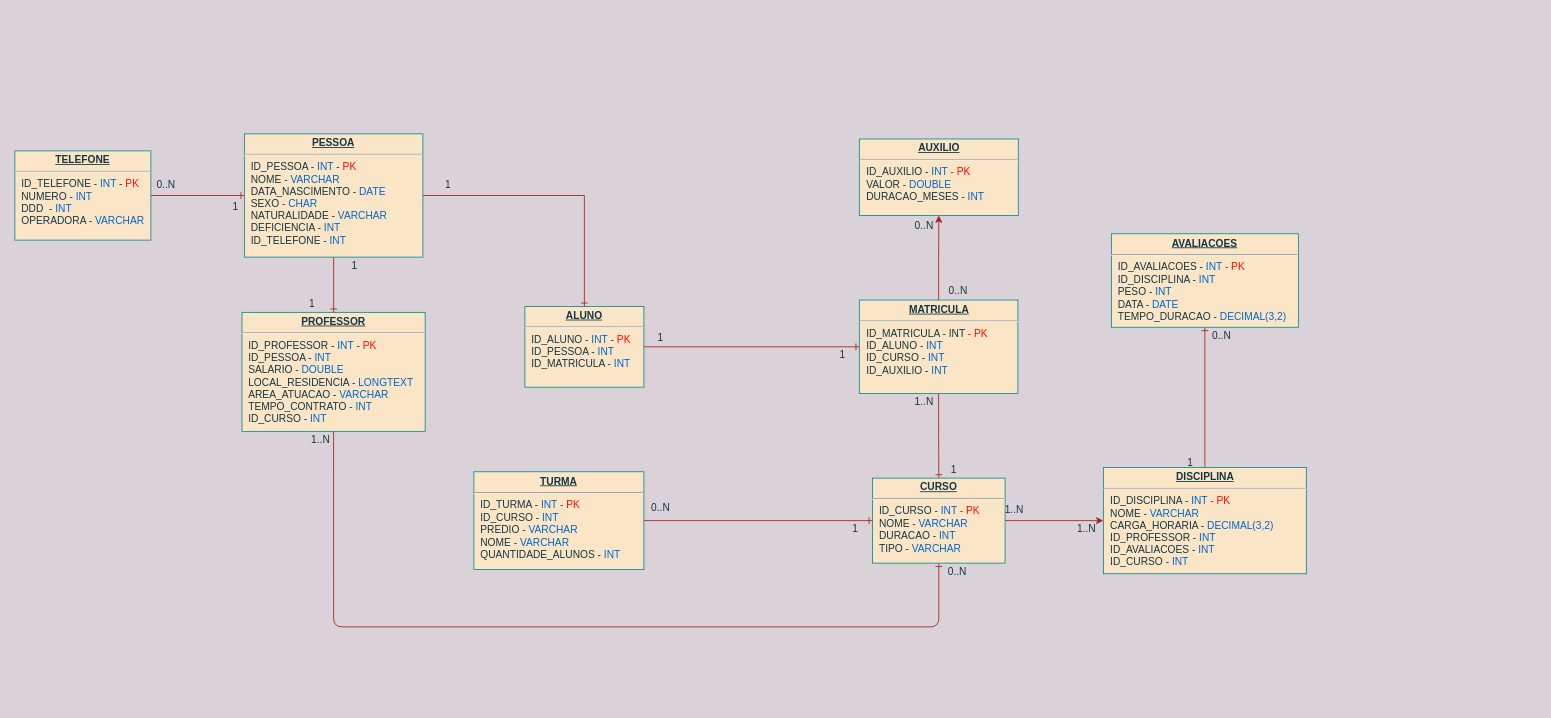
maxbarboz/modelagemUniversidade keeps this draw.io diagram as modelagemUniversidade.drawio. Above is the earlier version. Source tidied: cells renumbered, new cells numbered last; positions are measured from the earlier drawing's top-left corner, leaving out a move shared by most shapes. Both pictures are drawn from the tidied source at 85%, with x=0, y=0 at pixel (14, 133).
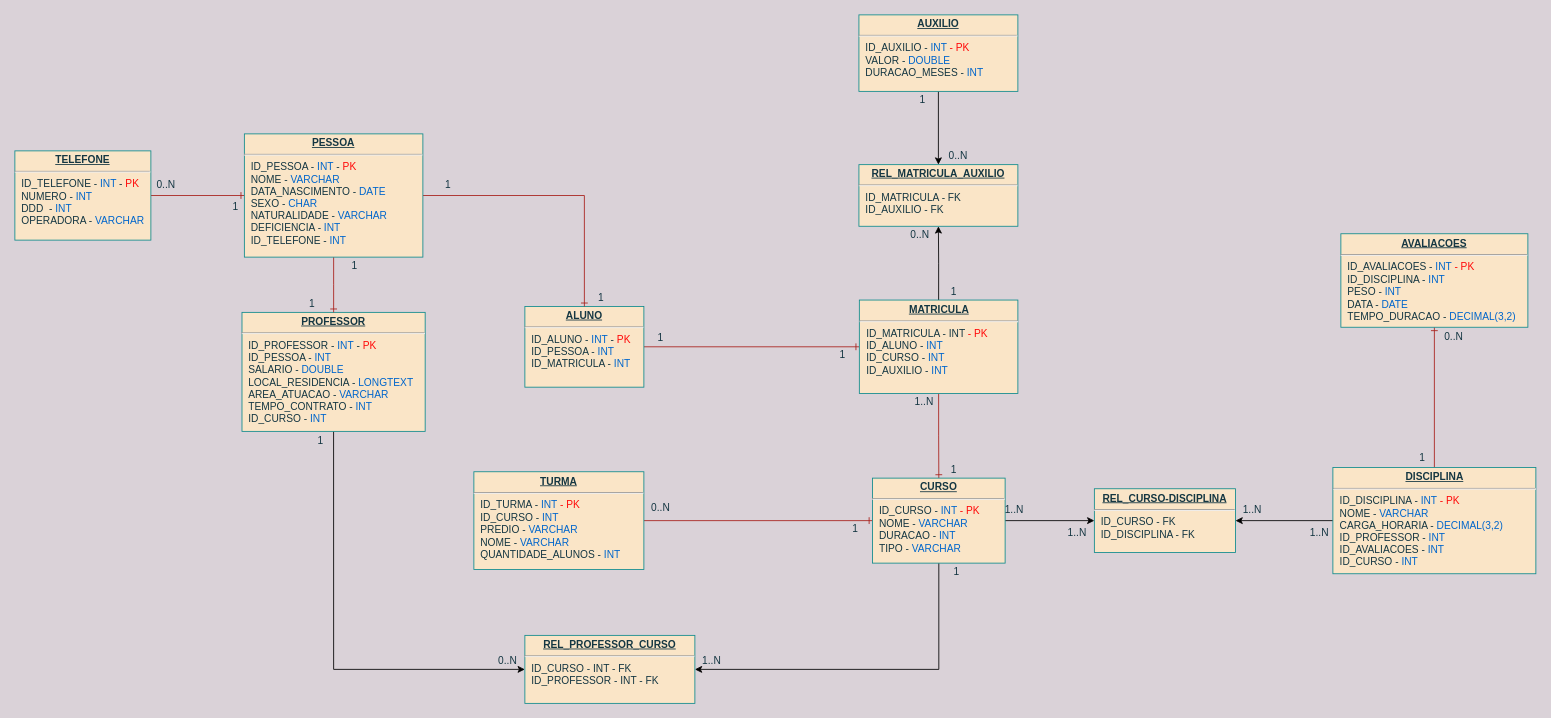
Above is the later version.

Unchanged cells that the change refers to:
```xml
<mxCell id="6" value="&lt;p style=&quot;margin: 0px ; margin-top: 4px ; text-align: center ; text-decoration: underline&quot;&gt;&lt;b&gt;PROFESSOR&lt;/b&gt;&lt;/p&gt;&lt;hr&gt;&lt;p style=&quot;margin: 0px ; margin-left: 8px&quot;&gt;ID_PROFESSOR - &lt;font color=&quot;#0066cc&quot;&gt;INT&lt;/font&gt;&lt;span&gt;&amp;nbsp;&lt;/span&gt;&lt;span&gt;-&lt;/span&gt;&lt;span&gt;&amp;nbsp;&lt;/span&gt;&lt;font color=&quot;#ff0808&quot;&gt;PK&lt;/font&gt;&lt;/p&gt;&lt;p style=&quot;margin: 0px ; margin-left: 8px&quot;&gt;ID_PESSOA - &lt;font color=&quot;#0066cc&quot;&gt;INT&lt;/font&gt;&lt;/p&gt;&lt;p style=&quot;margin: 0px 0px 0px 8px&quot;&gt;SALARIO - &lt;font color=&quot;#0066cc&quot;&gt;DOUBLE&lt;/font&gt;&lt;/p&gt;&lt;p style=&quot;margin: 0px 0px 0px 8px&quot;&gt;LOCAL_RESIDENCIA - &lt;font color=&quot;#0066cc&quot;&gt;LONGTEXT&lt;/font&gt;&lt;/p&gt;&lt;p style=&quot;margin: 0px 0px 0px 8px&quot;&gt;AREA_ATUACAO - &lt;font color=&quot;#0066cc&quot;&gt;VARCHAR&lt;/font&gt;&lt;/p&gt;&lt;p style=&quot;margin: 0px 0px 0px 8px&quot;&gt;TEMPO_CONTRATO - &lt;font color=&quot;#0066cc&quot;&gt;INT&lt;/font&gt;&lt;/p&gt;&lt;p style=&quot;margin: 0px 0px 0px 8px&quot;&gt;ID_CURSO - &lt;font color=&quot;#0066cc&quot;&gt;INT&lt;/font&gt;&lt;/p&gt;" style="verticalAlign=top;align=left;overflow=fill;fontSize=12;fontFamily=Helvetica;html=1;rounded=0;shadow=0;comic=0;labelBackgroundColor=none;strokeWidth=1;fillColor=#FAE5C7;strokeColor=#0F8B8D;fontColor=#143642;" parent="1" vertex="1">
  <mxGeometry x="267.2" y="210" width="215.5" height="140" as="geometry" />
</mxCell>
<mxCell id="16" value="&lt;p style=&quot;margin: 0px ; margin-top: 4px ; text-align: center ; text-decoration: underline&quot;&gt;&lt;b&gt;MATRICULA&lt;/b&gt;&lt;/p&gt;&lt;hr&gt;&lt;p style=&quot;margin: 0px ; margin-left: 8px&quot;&gt;ID_MATRICULA - INT&lt;font color=&quot;#ff0808&quot;&gt; - PK&lt;/font&gt;&lt;/p&gt;&lt;p style=&quot;margin: 0px ; margin-left: 8px&quot;&gt;&lt;span&gt;ID_ALUNO - &lt;/span&gt;&lt;font color=&quot;#0066cc&quot;&gt;INT&lt;/font&gt;&lt;/p&gt;&lt;p style=&quot;margin: 0px ; margin-left: 8px&quot;&gt;ID_CURSO - &lt;font color=&quot;#0066cc&quot;&gt;INT&lt;/font&gt;&lt;/p&gt;&lt;p style=&quot;margin: 0px ; margin-left: 8px&quot;&gt;ID_AUXILIO - &lt;font color=&quot;#0066cc&quot;&gt;INT&lt;/font&gt;&lt;/p&gt;" style="verticalAlign=top;align=left;overflow=fill;fontSize=12;fontFamily=Helvetica;html=1;rounded=0;shadow=0;comic=0;labelBackgroundColor=none;strokeWidth=1;fillColor=#FAE5C7;strokeColor=#0F8B8D;fontColor=#143642;" parent="1" vertex="1">
  <mxGeometry x="993.5" y="195.5" width="186.5" height="110" as="geometry" />
</mxCell>
<mxCell id="20" value="&lt;p style=&quot;margin: 0px ; margin-top: 4px ; text-align: center ; text-decoration: underline&quot;&gt;&lt;b&gt;CURSO&lt;/b&gt;&lt;/p&gt;&lt;hr&gt;&lt;p style=&quot;margin: 0px ; margin-left: 8px&quot;&gt;ID_CURSO - &lt;font color=&quot;#0066cc&quot;&gt;INT&lt;/font&gt;&lt;font color=&quot;#ff0808&quot;&gt; - PK&lt;/font&gt;&lt;/p&gt;&lt;p style=&quot;margin: 0px ; margin-left: 8px&quot;&gt;NOME - &lt;font color=&quot;#0066cc&quot;&gt;VARCHAR&lt;/font&gt;&lt;/p&gt;&lt;p style=&quot;margin: 0px ; margin-left: 8px&quot;&gt;DURACAO - &lt;font color=&quot;#0066cc&quot;&gt;INT&lt;/font&gt;&lt;/p&gt;&lt;p style=&quot;margin: 0px ; margin-left: 8px&quot;&gt;TIPO - &lt;font color=&quot;#0066cc&quot;&gt;VARCHAR&lt;/font&gt;&lt;/p&gt;" style="verticalAlign=top;align=left;overflow=fill;fontSize=12;fontFamily=Helvetica;html=1;rounded=0;shadow=0;comic=0;labelBackgroundColor=none;strokeWidth=1;fillColor=#FAE5C7;strokeColor=#0F8B8D;fontColor=#143642;" parent="1" vertex="1">
  <mxGeometry x="1009" y="405" width="156" height="100" as="geometry" />
</mxCell>
```

The edit, as a diff of the source:
```diff
@@
+    <mxCell id="41" style="edgeStyle=orthogonalEdgeStyle;rounded=0;jettySize=auto;html=1;exitX=0;exitY=0.5;exitDx=0;exitDy=0;" parent="1" edge="1" source="3" target="50">
+      <mxGeometry relative="1" as="geometry" />
+    </mxCell>
     <mxCell id="3" value="&lt;p style=&quot;margin: 0px ; margin-top: 4px ; text-align: center ; text-decoration: underline&quot;&gt;&lt;b&gt;DISCIPLINA&lt;/b&gt;&lt;/p&gt;&lt;hr&gt;&lt;p style=&quot;margin: 0px ; margin-left: 8px&quot;&gt;ID_DISCIPLINA -&amp;nbsp;&lt;font color=&quot;#0066cc&quot;&gt;INT&lt;/font&gt;&lt;font color=&quot;#ff0808&quot;&gt; - PK&lt;/font&gt;&lt;br&gt;&lt;/p&gt;&lt;p style=&quot;margin: 0px ; margin-left: 8px&quot;&gt;NOME - &lt;font color=&quot;#0066cc&quot;&gt;VARCHAR&lt;/font&gt;&lt;/p&gt;&lt;p style=&quot;margin: 0px ; margin-left: 8px&quot;&gt;CARGA_HORARIA - &lt;font color=&quot;#0066cc&quot;&gt;DECIMAL(3,2)&lt;/font&gt;&lt;/p&gt;&lt;p style=&quot;margin: 0px ; margin-left: 8px&quot;&gt;ID_PROFESSOR - &lt;font color=&quot;#0066cc&quot;&gt;INT&lt;/font&gt;&lt;/p&gt;&lt;p style=&quot;margin: 0px ; margin-left: 8px&quot;&gt;ID_AVALIACOES - &lt;font color=&quot;#0066cc&quot;&gt;INT&lt;/font&gt;&lt;/p&gt;&lt;p style=&quot;margin: 0px ; margin-left: 8px&quot;&gt;ID_CURSO - &lt;font color=&quot;#0066cc&quot;&gt;INT&lt;/font&gt;&lt;/p&gt;&lt;p style=&quot;margin: 0px ; margin-left: 8px&quot;&gt;&lt;br&gt;&lt;/p&gt;" style="verticalAlign=top;align=left;overflow=fill;fontSize=12;fontFamily=Helvetica;html=1;rounded=0;shadow=0;comic=0;labelBackgroundColor=none;strokeWidth=1;fillColor=#FAE5C7;strokeColor=#0F8B8D;fontColor=#143642;" parent="1" vertex="1">
-      <mxGeometry x="1280.6" y="392.5" width="238.8" height="125" as="geometry" />
+      <mxGeometry x="1550.6" y="392.5" width="238.8" height="125" as="geometry" />
     </mxCell>
     <mxCell id="4" value="&lt;p style=&quot;margin: 0px ; margin-top: 4px ; text-align: center ; text-decoration: underline&quot;&gt;&lt;b&gt;AVALIACOES&lt;/b&gt;&lt;/p&gt;&lt;hr&gt;&lt;p style=&quot;margin: 0px ; margin-left: 8px&quot;&gt;ID_AVALIACOES - &lt;font color=&quot;#0066cc&quot;&gt;INT &lt;/font&gt;&lt;font color=&quot;#ff0808&quot;&gt;- PK&lt;/font&gt;&lt;/p&gt;&lt;p style=&quot;margin: 0px ; margin-left: 8px&quot;&gt;ID_DISCIPLINA -&amp;nbsp;&lt;font color=&quot;#0066cc&quot;&gt;INT&lt;/font&gt;&lt;br&gt;&lt;/p&gt;&lt;p style=&quot;margin: 0px ; margin-left: 8px&quot;&gt;PESO - &lt;font color=&quot;#0066cc&quot;&gt;INT&lt;/font&gt;&lt;/p&gt;&lt;p style=&quot;margin: 0px ; margin-left: 8px&quot;&gt;DATA - &lt;font color=&quot;#0066cc&quot;&gt;DATE&lt;/font&gt;&lt;/p&gt;&lt;p style=&quot;margin: 0px ; margin-left: 8px&quot;&gt;TEMPO_DURACAO - &lt;font color=&quot;#0066cc&quot;&gt;DECIMAL(3,2)&lt;/font&gt;&lt;/p&gt;" style="verticalAlign=top;align=left;overflow=fill;fontSize=12;fontFamily=Helvetica;html=1;rounded=0;shadow=0;comic=0;labelBackgroundColor=none;strokeWidth=1;fillColor=#FAE5C7;strokeColor=#0F8B8D;fontColor=#143642;" parent="1" vertex="1">
-      <mxGeometry x="1290" y="117.5" width="220" height="110" as="geometry" />
+      <mxGeometry x="1560" y="117.5" width="220" height="110" as="geometry" />
     </mxCell>
-    <mxCell id="5" style="edgeStyle=orthogonalEdgeStyle;curved=0;rounded=1;sketch=0;jettySize=auto;html=1;exitX=0.5;exitY=1;exitDx=0;exitDy=0;entryX=0.5;entryY=1;entryDx=0;entryDy=0;endArrow=ERone;endFill=0;strokeColor=#A8201A;fillColor=#FAE5C7;fontColor=#143642;" parent="1" edge="1" source="6" target="20">
-      <mxGeometry relative="1" as="geometry">
-        <Array as="points">
-          <mxPoint x="375" y="580" />
-          <mxPoint x="1087" y="580" />
-        </Array>
-      </mxGeometry>
-    </mxCell>
+    <mxCell id="42" style="edgeStyle=orthogonalEdgeStyle;rounded=0;jettySize=auto;html=1;exitX=0.5;exitY=1;exitDx=0;exitDy=0;entryX=0;entryY=0.5;entryDx=0;entryDy=0;" parent="1" edge="1" source="6" target="47">
+      <mxGeometry relative="1" as="geometry" />
+    </mxCell>
@@
-    <mxCell id="14" style="edgeStyle=orthogonalEdgeStyle;rounded=0;jettySize=auto;html=1;exitX=0.5;exitY=0;exitDx=0;exitDy=0;entryX=0.5;entryY=1;entryDx=0;entryDy=0;strokeColor=#A8201A;fontColor=#143642;labelBackgroundColor=#DAD2D8;" parent="1" edge="1" source="16" target="21">
-      <mxGeometry relative="1" as="geometry" />
-    </mxCell>
@@
+    <mxCell id="43" style="edgeStyle=orthogonalEdgeStyle;rounded=0;jettySize=auto;html=1;exitX=0.5;exitY=0;exitDx=0;exitDy=0;" parent="1" edge="1" source="16" target="53">
+      <mxGeometry relative="1" as="geometry" />
+    </mxCell>
@@
-    <mxCell id="19" style="edgeStyle=orthogonalEdgeStyle;rounded=0;jettySize=auto;html=1;exitX=1;exitY=0.5;exitDx=0;exitDy=0;entryX=0;entryY=0.5;entryDx=0;entryDy=0;strokeColor=#A8201A;fontColor=#143642;labelBackgroundColor=#DAD2D8;" parent="1" edge="1" source="20" target="3">
-      <mxGeometry relative="1" as="geometry" />
-    </mxCell>
+    <mxCell id="44" style="edgeStyle=orthogonalEdgeStyle;rounded=0;jettySize=auto;html=1;exitX=0.5;exitY=1;exitDx=0;exitDy=0;entryX=1;entryY=0.5;entryDx=0;entryDy=0;" parent="1" edge="1" source="20" target="47">
+      <mxGeometry relative="1" as="geometry" />
+    </mxCell>
+    <mxCell id="45" style="edgeStyle=orthogonalEdgeStyle;rounded=0;jettySize=auto;html=1;exitX=1;exitY=0.5;exitDx=0;exitDy=0;entryX=0;entryY=0.5;entryDx=0;entryDy=0;" parent="1" edge="1" source="20" target="50">
+      <mxGeometry relative="1" as="geometry" />
+    </mxCell>
@@
+    <mxCell id="46" style="edgeStyle=orthogonalEdgeStyle;rounded=0;jettySize=auto;html=1;entryX=0.5;entryY=0;entryDx=0;entryDy=0;" parent="1" edge="1" source="21" target="53">
+      <mxGeometry relative="1" as="geometry" />
+    </mxCell>
     <mxCell id="21" value="&lt;p style=&quot;margin: 0px ; margin-top: 4px ; text-align: center ; text-decoration: underline&quot;&gt;&lt;b&gt;AUXILIO&lt;/b&gt;&lt;/p&gt;&lt;hr&gt;&lt;p style=&quot;margin: 0px ; margin-left: 8px&quot;&gt;ID_AUXILIO - &lt;font color=&quot;#0066cc&quot;&gt;INT&lt;/font&gt;&lt;font color=&quot;#ff0808&quot;&gt; - PK&lt;/font&gt;&lt;br&gt;VALOR - &lt;font color=&quot;#0066cc&quot;&gt;DOUBLE&lt;/font&gt;&lt;/p&gt;&lt;p style=&quot;margin: 0px ; margin-left: 8px&quot;&gt;DURACAO_MESES - &lt;font color=&quot;#0066cc&quot;&gt;INT&lt;/font&gt;&lt;/p&gt;&lt;p style=&quot;margin: 0px ; margin-left: 8px&quot;&gt;&lt;br&gt;&lt;/p&gt;&lt;p style=&quot;margin: 0px ; margin-left: 8px&quot;&gt;&lt;br&gt;&lt;/p&gt;" style="verticalAlign=top;align=left;overflow=fill;fontSize=12;fontFamily=Helvetica;html=1;rounded=0;shadow=0;comic=0;labelBackgroundColor=none;strokeWidth=1;fillColor=#FAE5C7;strokeColor=#0F8B8D;fontColor=#143642;" parent="1" vertex="1">
-      <mxGeometry x="993.5" y="6" width="187" height="90" as="geometry" />
+      <mxGeometry x="993" y="-140" width="187" height="90" as="geometry" />
     </mxCell>
@@
     <mxCell id="31" value="1..N" style="text;html=1;strokeColor=none;fillColor=none;align=center;verticalAlign=middle;whiteSpace=wrap;rounded=0;fontColor=#143642;" parent="1" vertex="1">
-      <mxGeometry x="1240.6" y="455" width="40" height="20" as="geometry" />
+      <mxGeometry x="1515" y="459" width="40" height="20" as="geometry" />
     </mxCell>
@@
     <mxCell id="33" value="0..N" style="text;html=1;strokeColor=none;fillColor=none;align=center;verticalAlign=middle;whiteSpace=wrap;rounded=0;fontColor=#143642;" parent="1" vertex="1">
-      <mxGeometry x="1400" y="227.5" width="40" height="20" as="geometry" />
+      <mxGeometry x="1673.4" y="228.5" width="40" height="20" as="geometry" />
     </mxCell>
     <mxCell id="34" value="1" style="text;html=1;strokeColor=none;fillColor=none;align=center;verticalAlign=middle;whiteSpace=wrap;rounded=0;fontColor=#143642;" parent="1" vertex="1">
-      <mxGeometry x="1363" y="377" width="40" height="20" as="geometry" />
+      <mxGeometry x="1636.4" y="371" width="40" height="20" as="geometry" />
     </mxCell>
-    <mxCell id="35" value="0..N" style="text;html=1;strokeColor=none;fillColor=none;align=center;verticalAlign=middle;whiteSpace=wrap;rounded=0;fontColor=#143642;" parent="1" vertex="1">
-      <mxGeometry x="1050" y="97.5" width="40" height="20" as="geometry" />
+    <mxCell id="35" value="1" style="text;html=1;strokeColor=none;fillColor=none;align=center;verticalAlign=middle;whiteSpace=wrap;rounded=0;fontColor=#143642;" parent="1" vertex="1">
+      <mxGeometry x="1048" y="-50" width="40" height="20" as="geometry" />
     </mxCell>
-    <mxCell id="36" value="0..N" style="text;html=1;strokeColor=none;fillColor=none;align=center;verticalAlign=middle;whiteSpace=wrap;rounded=0;fontColor=#143642;" parent="1" vertex="1">
-      <mxGeometry x="1090" y="175" width="40" height="20" as="geometry" />
+    <mxCell id="36" value="1" style="text;html=1;strokeColor=none;fillColor=none;align=center;verticalAlign=middle;whiteSpace=wrap;rounded=0;fontColor=#143642;rotation=0;" parent="1" vertex="1">
+      <mxGeometry x="1085" y="175.5" width="40" height="20" as="geometry" />
     </mxCell>
-    <mxCell id="37" value="0..N" style="text;html=1;strokeColor=none;fillColor=none;align=center;verticalAlign=middle;whiteSpace=wrap;rounded=0;fontColor=#143642;" parent="1" vertex="1">
-      <mxGeometry x="1089" y="505" width="40" height="20" as="geometry" />
+    <mxCell id="37" value="1" style="text;html=1;strokeColor=none;fillColor=none;align=center;verticalAlign=middle;whiteSpace=wrap;rounded=0;fontColor=#143642;" parent="1" vertex="1">
+      <mxGeometry x="1088" y="505" width="40" height="20" as="geometry" />
     </mxCell>
-    <mxCell id="38" value="1..N" style="text;html=1;strokeColor=none;fillColor=none;align=center;verticalAlign=middle;whiteSpace=wrap;rounded=0;fontColor=#143642;" parent="1" vertex="1">
-      <mxGeometry x="340" y="350" width="40" height="20" as="geometry" />
+    <mxCell id="38" value="0..N" style="text;html=1;strokeColor=none;fillColor=none;align=center;verticalAlign=middle;whiteSpace=wrap;rounded=0;fontColor=#143642;" parent="1" vertex="1">
+      <mxGeometry x="560" y="610" width="40" height="20" as="geometry" />
     </mxCell>
@@
+    <mxCell id="47" value="&lt;p style=&quot;margin: 0px ; margin-top: 4px ; text-align: center ; text-decoration: underline&quot;&gt;&lt;b&gt;REL_PROFESSOR_CURSO&lt;/b&gt;&lt;/p&gt;&lt;hr&gt;&lt;p style=&quot;margin: 0px ; margin-left: 8px&quot;&gt;ID_CURSO - INT - FK&lt;/p&gt;&lt;p style=&quot;margin: 0px ; margin-left: 8px&quot;&gt;ID_PROFESSOR - INT - FK&lt;/p&gt;" style="verticalAlign=top;align=left;overflow=fill;fontSize=12;fontFamily=Helvetica;html=1;rounded=0;shadow=0;comic=0;labelBackgroundColor=none;strokeWidth=1;fillColor=#FAE5C7;strokeColor=#0F8B8D;fontColor=#143642;" parent="1" vertex="1">
+      <mxGeometry x="600" y="590" width="200" height="80" as="geometry" />
+    </mxCell>
+    <mxCell id="48" value="1..N" style="text;html=1;strokeColor=none;fillColor=none;align=center;verticalAlign=middle;whiteSpace=wrap;rounded=0;fontColor=#143642;" parent="1" vertex="1">
+      <mxGeometry x="800" y="610" width="40" height="20" as="geometry" />
+    </mxCell>
+    <mxCell id="49" value="1" style="text;html=1;strokeColor=none;fillColor=none;align=center;verticalAlign=middle;whiteSpace=wrap;rounded=0;fontColor=#143642;" parent="1" vertex="1">
+      <mxGeometry x="340" y="351" width="40" height="20" as="geometry" />
+    </mxCell>
+    <mxCell id="50" value="&lt;p style=&quot;margin: 0px ; margin-top: 4px ; text-align: center ; text-decoration: underline&quot;&gt;&lt;b&gt;REL_CURSO-DISCIPLINA&lt;/b&gt;&lt;/p&gt;&lt;hr&gt;&lt;p style=&quot;margin: 0px ; margin-left: 8px&quot;&gt;ID_CURSO - FK&lt;/p&gt;&lt;p style=&quot;margin: 0px ; margin-left: 8px&quot;&gt;ID_DISCIPLINA - FK&lt;/p&gt;" style="verticalAlign=top;align=left;overflow=fill;fontSize=12;fontFamily=Helvetica;html=1;rounded=0;shadow=0;comic=0;labelBackgroundColor=none;strokeWidth=1;fillColor=#FAE5C7;strokeColor=#0F8B8D;fontColor=#143642;" parent="1" vertex="1">
+      <mxGeometry x="1270" y="417.5" width="166" height="75" as="geometry" />
+    </mxCell>
+    <mxCell id="51" value="1..N" style="text;html=1;strokeColor=none;fillColor=none;align=center;verticalAlign=middle;whiteSpace=wrap;rounded=0;fontColor=#143642;" parent="1" vertex="1">
+      <mxGeometry x="1436" y="432" width="40" height="20" as="geometry" />
+    </mxCell>
+    <mxCell id="52" value="1..N" style="text;html=1;strokeColor=none;fillColor=none;align=center;verticalAlign=middle;whiteSpace=wrap;rounded=0;fontColor=#143642;" parent="1" vertex="1">
+      <mxGeometry x="1230" y="459" width="40" height="20" as="geometry" />
+    </mxCell>
+    <mxCell id="53" value="&lt;p style=&quot;margin: 0px ; margin-top: 4px ; text-align: center ; text-decoration: underline&quot;&gt;&lt;b&gt;REL_MATRICULA_AUXILIO&lt;/b&gt;&lt;/p&gt;&lt;hr&gt;&lt;p style=&quot;margin: 0px ; margin-left: 8px&quot;&gt;ID_MATRICULA - FK&lt;/p&gt;&lt;p style=&quot;margin: 0px ; margin-left: 8px&quot;&gt;ID_AUXILIO - FK&lt;/p&gt;&lt;p style=&quot;margin: 0px ; margin-left: 8px&quot;&gt;&lt;br&gt;&lt;/p&gt;&lt;p style=&quot;margin: 0px ; margin-left: 8px&quot;&gt;&lt;br&gt;&lt;/p&gt;" style="verticalAlign=top;align=left;overflow=fill;fontSize=12;fontFamily=Helvetica;html=1;rounded=0;shadow=0;comic=0;labelBackgroundColor=none;strokeWidth=1;fillColor=#FAE5C7;strokeColor=#0F8B8D;fontColor=#143642;" parent="1" vertex="1">
+      <mxGeometry x="993" y="36.2" width="187" height="72.5" as="geometry" />
+    </mxCell>
+    <mxCell id="54" value="0..N" style="text;html=1;strokeColor=none;fillColor=none;align=center;verticalAlign=middle;whiteSpace=wrap;rounded=0;fontColor=#143642;" parent="1" vertex="1">
+      <mxGeometry x="1090" y="16.2" width="40" height="20" as="geometry" />
+    </mxCell>
+    <mxCell id="55" value="0..N" style="text;html=1;strokeColor=none;fillColor=none;align=center;verticalAlign=middle;whiteSpace=wrap;rounded=0;fontColor=#143642;" parent="1" vertex="1">
+      <mxGeometry x="1045" y="108.8" width="40" height="20" as="geometry" />
+    </mxCell>
+    <mxCell id="56" value="1" style="text;html=1;strokeColor=none;fillColor=none;align=center;verticalAlign=middle;whiteSpace=wrap;rounded=0;fontColor=#143642;" parent="1" vertex="1">
+      <mxGeometry x="670" y="183" width="40" height="20" as="geometry" />
+    </mxCell>
```
